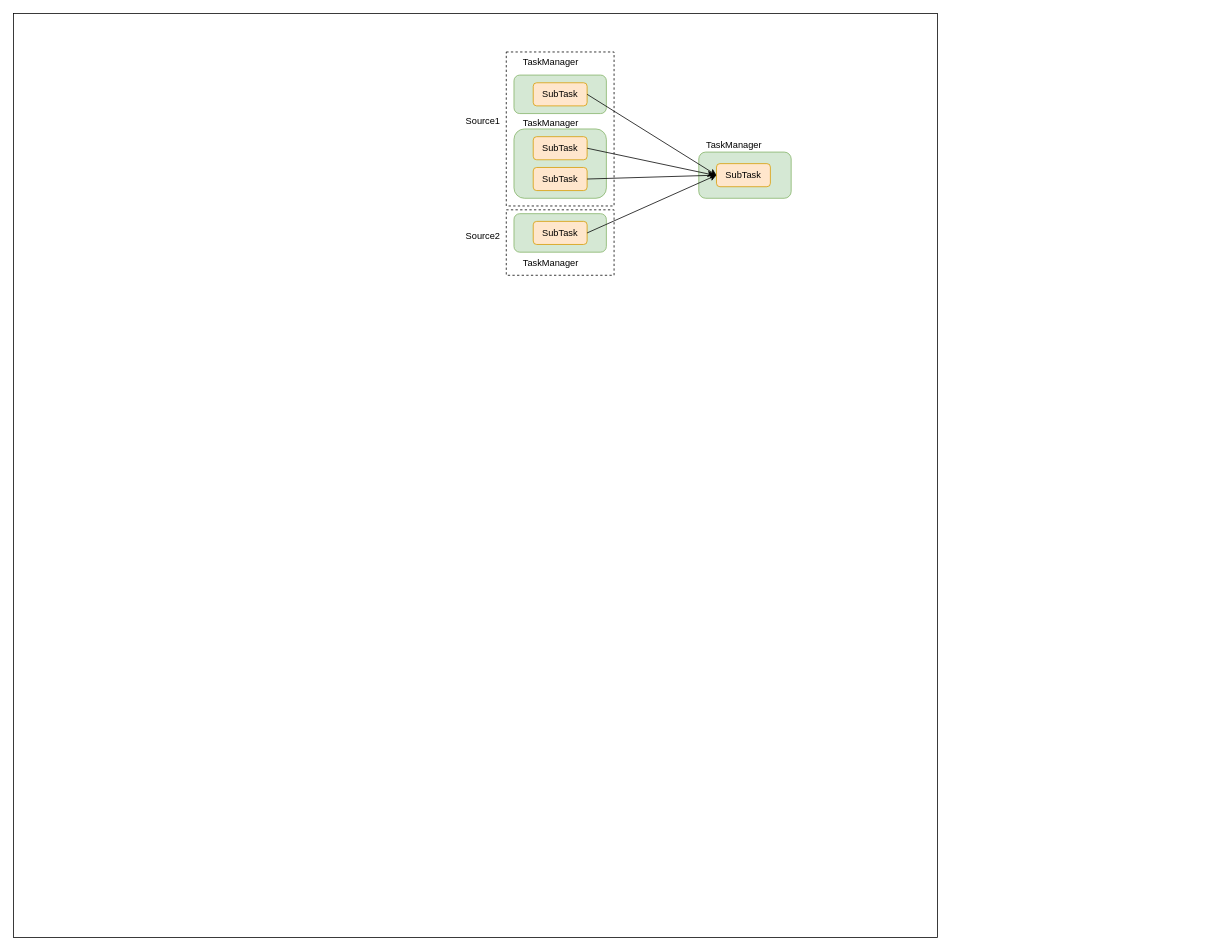
Above: 图片xml/Flink_slot_allocate.drawio in kkewwei/elasticsearch_learning (draw.io), before the change. Source tidied: cells renumbered, new cells numbered last; positions are measured from the earlier drawing's top-left corner, leaving out a move shared by most shapes. Both pictures are drawn from the tidied source at 77%, with x=0, y=0 at pixel (13, 13).
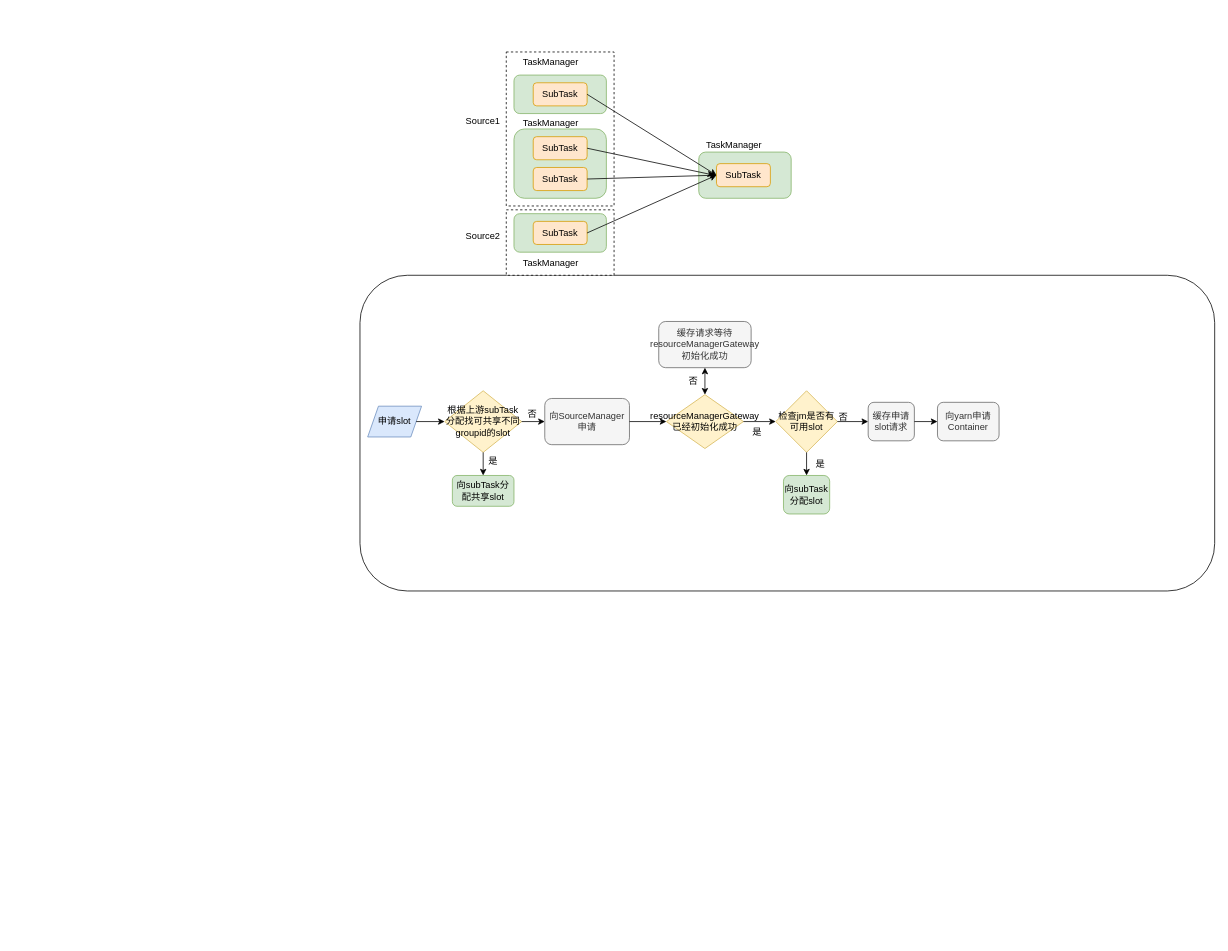
Above is the later version.

The edit, as a diff of the source:
```diff
@@
-    <mxCell id="2" style="whiteSpace=wrap;html=1;" parent="1" vertex="1">
-      <mxGeometry width="1200" height="1200" as="geometry" />
-    </mxCell>
+    <mxCell id="24" style="rounded=1;whiteSpace=wrap;html=1;" parent="1" vertex="1">
+      <mxGeometry x="450" y="340" width="1110" height="410" as="geometry" />
+    </mxCell>
@@
+    <mxCell id="25" value="&lt;span&gt;申请slot&lt;/span&gt;" style="shape=parallelogram;perimeter=parallelogramPerimeter;whiteSpace=wrap;html=1;fillColor=#dae8fc;strokeColor=#6c8ebf;" parent="1" vertex="1">
+      <mxGeometry x="460" y="510" width="70" height="40" as="geometry" />
+    </mxCell>
+    <mxCell id="26" value="根据上游subTask分配找可共享不同groupid的slot" style="rhombus;whiteSpace=wrap;html=1;fillColor=#fff2cc;strokeColor=#d6b656;" parent="1" vertex="1">
+      <mxGeometry x="560" y="490" width="100" height="80" as="geometry" />
+    </mxCell>
+    <mxCell id="27" value="向SourceManager申请" style="rounded=1;whiteSpace=wrap;html=1;fillColor=#f5f5f5;strokeColor=#666666;fontColor=#333333;" parent="1" vertex="1">
+      <mxGeometry x="690" y="500" width="110" height="60" as="geometry" />
+    </mxCell>
+    <mxCell id="28" value="&lt;p&gt;&lt;span&gt;resourceManagerGateway已经初始化成功&lt;/span&gt;&lt;/p&gt;" style="rhombus;whiteSpace=wrap;html=1;fillColor=#fff2cc;strokeColor=#d6b656;" parent="1" vertex="1">
+      <mxGeometry x="848" y="495" width="100" height="70" as="geometry" />
+    </mxCell>
+    <mxCell id="29" value="缓存请求等待resourceManagerGateway初始化成功" style="rounded=1;whiteSpace=wrap;html=1;fillColor=#f5f5f5;strokeColor=#666666;fontColor=#333333;" parent="1" vertex="1">
+      <mxGeometry x="838" y="400" width="120" height="60" as="geometry" />
+    </mxCell>
+    <mxCell id="30" value="&lt;span&gt;检查jm是否有可用slot&lt;/span&gt;" style="rhombus;whiteSpace=wrap;html=1;fillColor=#fff2cc;strokeColor=#d6b656;" parent="1" vertex="1">
+      <mxGeometry x="990" y="490" width="80" height="80" as="geometry" />
+    </mxCell>
+    <mxCell id="31" value="缓存申请slot请求" style="rounded=1;whiteSpace=wrap;html=1;fillColor=#f5f5f5;strokeColor=#666666;fontColor=#333333;" parent="1" vertex="1">
+      <mxGeometry x="1110" y="505" width="60" height="50" as="geometry" />
+    </mxCell>
+    <mxCell id="32" style="endArrow=classic;startArrow=classic;html=1;entryX=0.5;entryY=1;entryDx=0;entryDy=0;exitX=0.5;exitY=0;exitDx=0;exitDy=0;" parent="1" edge="1" source="28" target="29">
+      <mxGeometry relative="1" as="geometry" />
+    </mxCell>
+    <mxCell id="33" style="endArrow=classic;html=1;exitX=1;exitY=0.5;exitDx=0;exitDy=0;entryX=0;entryY=0.5;entryDx=0;entryDy=0;" parent="1" edge="1" source="25" target="26">
+      <mxGeometry relative="1" as="geometry" />
+    </mxCell>
+    <mxCell id="34" style="endArrow=classic;html=1;exitX=1;exitY=0.5;exitDx=0;exitDy=0;entryX=0;entryY=0.5;entryDx=0;entryDy=0;" parent="1" edge="1" source="26" target="27">
+      <mxGeometry relative="1" as="geometry" />
+    </mxCell>
+    <mxCell id="35" style="endArrow=classic;html=1;exitX=1;exitY=0.5;exitDx=0;exitDy=0;entryX=0;entryY=0.5;entryDx=0;entryDy=0;" parent="1" edge="1" source="27" target="28">
+      <mxGeometry relative="1" as="geometry" />
+    </mxCell>
+    <mxCell id="36" style="endArrow=classic;html=1;exitX=1;exitY=0.5;exitDx=0;exitDy=0;entryX=0;entryY=0.5;entryDx=0;entryDy=0;" parent="1" edge="1" source="28" target="30">
+      <mxGeometry relative="1" as="geometry" />
+    </mxCell>
+    <mxCell id="37" style="endArrow=classic;html=1;exitX=1;exitY=0.5;exitDx=0;exitDy=0;entryX=0;entryY=0.5;entryDx=0;entryDy=0;" parent="1" edge="1" source="30" target="31">
+      <mxGeometry relative="1" as="geometry" />
+    </mxCell>
+    <mxCell id="38" value="向subTask分配slot" style="rounded=1;whiteSpace=wrap;html=1;fillColor=#d5e8d4;strokeColor=#82b366;" parent="1" vertex="1">
+      <mxGeometry x="1000" y="600" width="60" height="50" as="geometry" />
+    </mxCell>
+    <mxCell id="39" style="endArrow=classic;html=1;exitX=0.5;exitY=1;exitDx=0;exitDy=0;entryX=0.5;entryY=0;entryDx=0;entryDy=0;" parent="1" edge="1" source="30" target="38">
+      <mxGeometry relative="1" as="geometry" />
+    </mxCell>
+    <mxCell id="40" value="否" style="text;html=1;align=left;verticalAlign=top;spacingTop=-4;" parent="1" vertex="1">
+      <mxGeometry x="875" y="467.5" width="30" height="20" as="geometry" />
+    </mxCell>
+    <mxCell id="41" value="&lt;span&gt;向subTask分配共享slot&lt;/span&gt;" style="rounded=1;whiteSpace=wrap;html=1;fillColor=#d5e8d4;strokeColor=#82b366;" parent="1" vertex="1">
+      <mxGeometry x="570" y="600" width="80" height="40" as="geometry" />
+    </mxCell>
+    <mxCell id="42" style="endArrow=classic;html=1;exitX=0.5;exitY=1;exitDx=0;exitDy=0;entryX=0.5;entryY=0;entryDx=0;entryDy=0;" parent="1" edge="1" source="26" target="41">
+      <mxGeometry relative="1" as="geometry" />
+    </mxCell>
+    <mxCell id="43" value="是" style="text;html=1;align=left;verticalAlign=top;spacingTop=-4;" parent="1" vertex="1">
+      <mxGeometry x="615" y="571" width="30" height="20" as="geometry" />
+    </mxCell>
+    <mxCell id="44" value="否" style="text;html=1;align=left;verticalAlign=top;spacingTop=-4;" parent="1" vertex="1">
+      <mxGeometry x="666" y="510" width="30" height="20" as="geometry" />
+    </mxCell>
+    <mxCell id="45" value="是" style="text;html=1;align=left;verticalAlign=top;spacingTop=-4;" parent="1" vertex="1">
+      <mxGeometry x="958" y="534" width="30" height="20" as="geometry" />
+    </mxCell>
+    <mxCell id="46" value="否" style="text;html=1;align=left;verticalAlign=top;spacingTop=-4;" parent="1" vertex="1">
+      <mxGeometry x="1070" y="515" width="30" height="20" as="geometry" />
+    </mxCell>
+    <mxCell id="47" value="是" style="text;html=1;align=left;verticalAlign=top;spacingTop=-4;" parent="1" vertex="1">
+      <mxGeometry x="1040" y="575" width="30" height="20" as="geometry" />
+    </mxCell>
+    <mxCell id="48" value="&lt;span&gt;向yarn申请Container&lt;/span&gt;" style="rounded=1;whiteSpace=wrap;html=1;fillColor=#f5f5f5;strokeColor=#666666;fontColor=#333333;" parent="1" vertex="1">
+      <mxGeometry x="1200" y="505" width="80" height="50" as="geometry" />
+    </mxCell>
+    <mxCell id="49" style="endArrow=classic;html=1;exitX=1;exitY=0.5;exitDx=0;exitDy=0;entryX=0;entryY=0.5;entryDx=0;entryDy=0;" parent="1" edge="1" source="31" target="48">
+      <mxGeometry relative="1" as="geometry" />
+    </mxCell>
```
